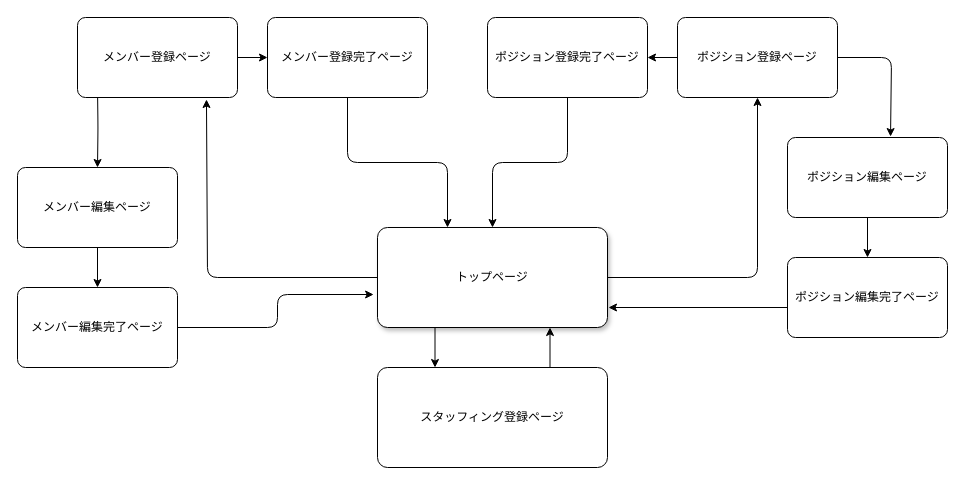
The draw.io diagram page "画面遷移図" (1 of 2) of staffing.dio in kmt0224/staffing_app, before the edit. Source tidied: cells renumbered, new cells numbered last; positions are measured from the earlier drawing's top-left corner, leaving out a move shared by most shapes. Both pictures are drawn from the tidied source at 100%, with x=0, y=0 at pixel (17, 17).
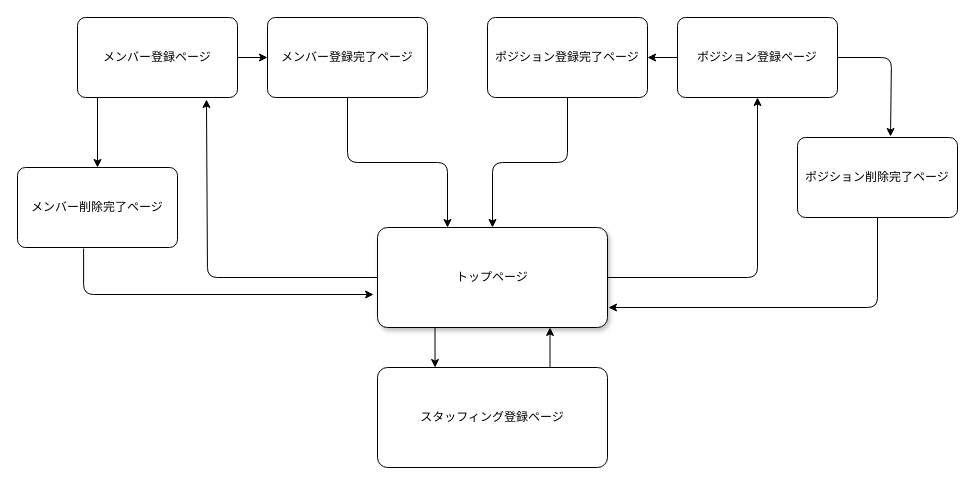
The same diagram, later.

Commit message:
画面遷移図修正

The change refers to these unchanged cells:
```xml
<mxCell id="2" value="トップページ" style="rounded=1;arcSize=10;whiteSpace=wrap;html=1;align=center;shadow=1;" parent="1" vertex="1">
  <mxGeometry x="360" y="210" width="230" height="100" as="geometry" />
</mxCell>
<mxCell id="11" value="ポジション登録ページ" style="rounded=1;arcSize=10;whiteSpace=wrap;html=1;align=center;" parent="1" vertex="1">
  <mxGeometry x="660" width="160" height="80" as="geometry" />
</mxCell>
```

Change to the diagram source:
```diff
@@
-    <mxCell id="7" style="edgeStyle=orthogonalEdgeStyle;html=1;entryX=0.5;entryY=0;entryDx=0;entryDy=0;startArrow=none;startFill=0;endArrow=classic;endFill=1;" parent="1" edge="1" target="13">
+    <mxCell id="7" style="edgeStyle=orthogonalEdgeStyle;html=1;entryX=0.5;entryY=0;entryDx=0;entryDy=0;startArrow=none;startFill=0;endArrow=classic;endFill=1;" parent="1" edge="1">
       <mxGeometry relative="1" as="geometry">
         <mxPoint x="80" y="70" as="sourcePoint" />
+        <mxPoint x="80" y="150" as="targetPoint" />
       </mxGeometry>
     </mxCell>
@@
-    <mxCell id="10" style="edgeStyle=orthogonalEdgeStyle;html=1;entryX=0.644;entryY=-0.012;entryDx=0;entryDy=0;entryPerimeter=0;startArrow=none;startFill=0;endArrow=classic;endFill=1;" parent="1" edge="1" source="11" target="21">
+    <mxCell id="10" style="edgeStyle=orthogonalEdgeStyle;html=1;entryX=0.644;entryY=-0.012;entryDx=0;entryDy=0;entryPerimeter=0;startArrow=none;startFill=0;endArrow=classic;endFill=1;" parent="1" edge="1" source="11">
       <mxGeometry relative="1" as="geometry">
+        <mxPoint x="873" y="119" as="targetPoint" />
         <Array as="points">
           <mxPoint x="874" y="40" />
         </Array>
       </mxGeometry>
     </mxCell>
@@
-    <mxCell id="12" style="edgeStyle=orthogonalEdgeStyle;html=1;entryX=0.5;entryY=0;entryDx=0;entryDy=0;startArrow=none;startFill=0;endArrow=classic;endFill=1;" parent="1" edge="1" source="13" target="23">
-      <mxGeometry relative="1" as="geometry" />
-    </mxCell>
-    <mxCell id="13" value="メンバー編集ページ" style="rounded=1;arcSize=10;whiteSpace=wrap;html=1;align=center;" parent="1" vertex="1">
-      <mxGeometry y="150" width="160" height="80" as="geometry" />
-    </mxCell>
@@
-    <mxCell id="19" value="ポジション編集完了ページ" style="rounded=1;arcSize=10;whiteSpace=wrap;html=1;align=center;" parent="1" vertex="1">
-      <mxGeometry x="770" y="240" width="160" height="80" as="geometry" />
+    <mxCell id="19" value="ポジション削除完了ページ" style="rounded=1;arcSize=10;whiteSpace=wrap;html=1;align=center;" parent="1" vertex="1">
+      <mxGeometry x="780" y="120" width="160" height="80" as="geometry" />
     </mxCell>
-    <mxCell id="20" style="edgeStyle=orthogonalEdgeStyle;html=1;entryX=0.5;entryY=0;entryDx=0;entryDy=0;startArrow=none;startFill=0;endArrow=classic;endFill=1;" parent="1" edge="1" source="21" target="19">
-      <mxGeometry relative="1" as="geometry" />
-    </mxCell>
-    <mxCell id="21" value="ポジション編集ページ" style="rounded=1;arcSize=10;whiteSpace=wrap;html=1;align=center;" parent="1" vertex="1">
-      <mxGeometry x="770" y="120" width="160" height="80" as="geometry" />
-    </mxCell>
-    <mxCell id="22" style="edgeStyle=orthogonalEdgeStyle;html=1;entryX=-0.017;entryY=0.67;entryDx=0;entryDy=0;entryPerimeter=0;startArrow=none;startFill=0;endArrow=classic;endFill=1;" parent="1" edge="1" source="23" target="2">
+    <mxCell id="22" style="edgeStyle=orthogonalEdgeStyle;html=1;entryX=-0.017;entryY=0.67;entryDx=0;entryDy=0;entryPerimeter=0;startArrow=none;startFill=0;endArrow=classic;endFill=1;exitX=0.413;exitY=1.013;exitDx=0;exitDy=0;exitPerimeter=0;" parent="1" edge="1" source="23" target="2">
       <mxGeometry relative="1" as="geometry" />
     </mxCell>
-    <mxCell id="23" value="メンバー編集完了ページ" style="rounded=1;arcSize=10;whiteSpace=wrap;html=1;align=center;" parent="1" vertex="1">
-      <mxGeometry y="270" width="160" height="80" as="geometry" />
+    <mxCell id="23" value="メンバー削除完了ページ" style="rounded=1;arcSize=10;whiteSpace=wrap;html=1;align=center;" parent="1" vertex="1">
+      <mxGeometry y="150" width="160" height="80" as="geometry" />
     </mxCell>
```
